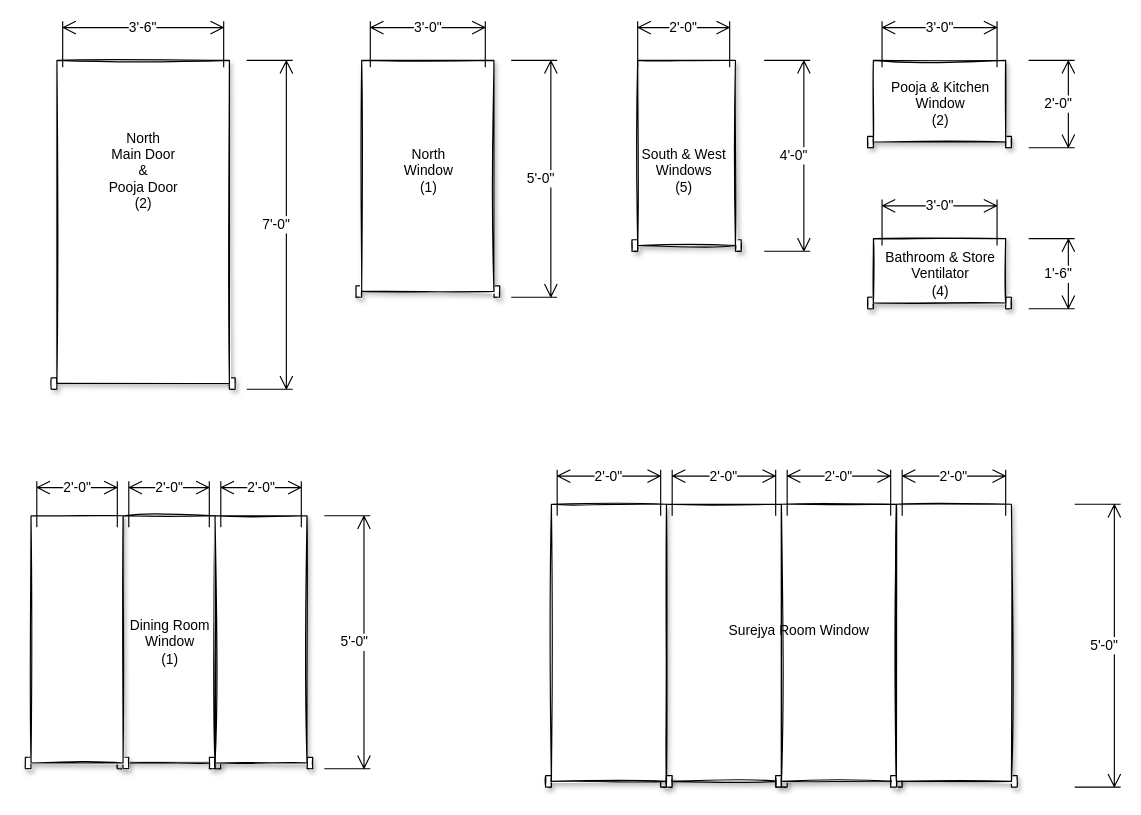
This is page "GF Windows" (2 of 2) of Doors_Windows.drawio from gudiseva/arvind, a draw.io file, before an edit. Source tidied: cells renumbered, new cells numbered last; positions are measured from the earlier drawing's top-left corner, leaving out a move shared by most shapes. Both pictures are drawn from the tidied source at 115%, with x=0, y=0 at pixel (25, 21).
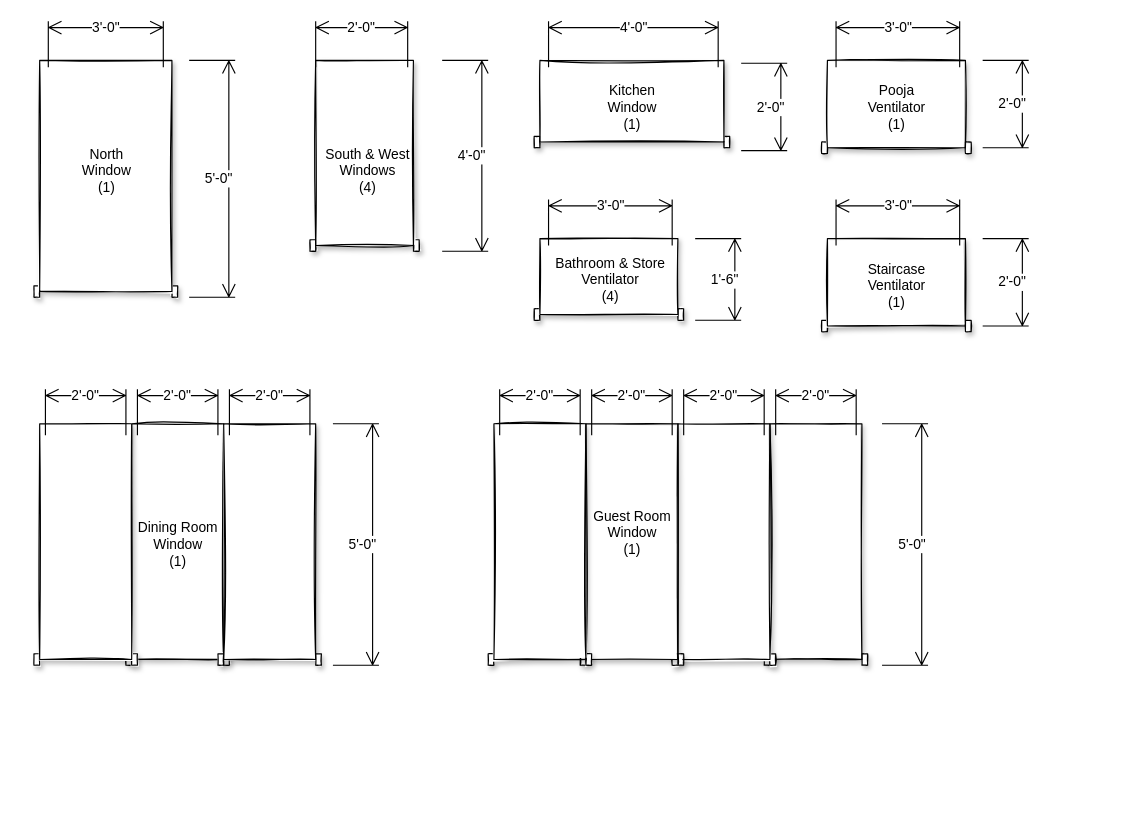
The same diagram, later.

Change to the diagram source:
```diff
@@
+    <mxCell id="40" style="verticalLabelPosition=bottom;html=1;verticalAlign=top;align=center;shape=mxgraph.floorplan.doorOverhead;shadow=1;sketch=1;gradientColor=none;" parent="1" vertex="1">
+      <mxGeometry x="642" y="350" width="90" height="210" as="geometry" />
+    </mxCell>
+    <mxCell id="41" style="verticalLabelPosition=bottom;html=1;verticalAlign=top;align=center;shape=mxgraph.floorplan.doorOverhead;shadow=1;sketch=1;gradientColor=none;" parent="1" vertex="1">
+      <mxGeometry x="562" y="350" width="90" height="210" as="geometry" />
+    </mxCell>
+    <mxCell id="42" style="verticalLabelPosition=bottom;html=1;verticalAlign=top;align=center;shape=mxgraph.floorplan.doorOverhead;shadow=1;sketch=1;gradientColor=none;" parent="1" vertex="1">
+      <mxGeometry x="482" y="350" width="90" height="210" as="geometry" />
+    </mxCell>
+    <mxCell id="43" style="verticalLabelPosition=bottom;html=1;verticalAlign=top;align=center;shape=mxgraph.floorplan.doorOverhead;shadow=1;sketch=1;gradientColor=none;" parent="1" vertex="1">
+      <mxGeometry x="402" y="350" width="90" height="210" as="geometry" />
+    </mxCell>
     <mxCell id="2" style="verticalLabelPosition=bottom;html=1;verticalAlign=top;align=center;shape=mxgraph.floorplan.doorOverhead;shadow=1;sketch=1;gradientColor=none;" parent="1" vertex="1">
-      <mxGeometry x="79.5" y="430" width="90" height="220" as="geometry" />
+      <mxGeometry x="87" y="350" width="90" height="210" as="geometry" />
     </mxCell>
     <mxCell id="3" style="verticalLabelPosition=bottom;html=1;verticalAlign=top;align=center;shape=mxgraph.floorplan.doorOverhead;shadow=1;sketch=1;gradientColor=none;" parent="1" vertex="1">
-      <mxGeometry x="159.5" y="430" width="90" height="220" as="geometry" />
+      <mxGeometry x="167" y="350" width="90" height="210" as="geometry" />
     </mxCell>
-    <mxCell id="4" style="verticalLabelPosition=bottom;html=1;verticalAlign=top;align=center;shape=mxgraph.floorplan.doorOverhead;gradientColor=none;shadow=1;sketch=1;" parent="1" vertex="1">
-      <mxGeometry x="22" y="34" width="160" height="286" as="geometry" />
-    </mxCell>
-    <mxCell id="5" value="3'-6&quot;" style="shape=dimension;direction=west;whiteSpace=wrap;html=1;align=center;verticalAlign=top;spacingTop=-8;labelBackgroundColor=#ffffff;" parent="1" vertex="1">
-      <mxGeometry x="32" width="140" height="40" as="geometry" />
-    </mxCell>
-    <mxCell id="6" value="7'-0&quot;" style="shape=dimension;direction=north;whiteSpace=wrap;html=1;align=right;verticalAlign=middle;labelBackgroundColor=#ffffff;shadow=0;sketch=0;gradientColor=none;" parent="1" vertex="1">
-      <mxGeometry x="192" y="34" width="40" height="286" as="geometry" />
-    </mxCell>
-    <mxCell id="7" value="North&lt;br&gt;Main Door&lt;br&gt;&amp;amp;&lt;br&gt;Pooja Door&lt;br&gt;(2)" style="text;html=1;align=center;verticalAlign=middle;fillColor=none;strokeColor=none;rounded=0;shadow=1;sketch=1;" parent="1" vertex="1">
-      <mxGeometry x="62" y="90" width="80" height="80" as="geometry" />
-    </mxCell>
     <mxCell id="8" style="verticalLabelPosition=bottom;html=1;verticalAlign=top;align=center;shape=mxgraph.floorplan.doorOverhead;shadow=1;sketch=1;gradientColor=none;" parent="1" vertex="1">
-      <mxGeometry x="287" y="34" width="125" height="206" as="geometry" />
+      <mxGeometry x="7" y="34" width="125" height="206" as="geometry" />
     </mxCell>
     <mxCell id="9" value="3'-0&quot;" style="shape=dimension;direction=west;whiteSpace=wrap;html=1;align=center;verticalAlign=top;spacingTop=-8;labelBackgroundColor=#ffffff;" parent="1" vertex="1">
-      <mxGeometry x="299.5" width="100" height="40" as="geometry" />
+      <mxGeometry x="19.5" width="100" height="40" as="geometry" />
     </mxCell>
     <mxCell id="10" value="5'-0&quot;" style="shape=dimension;direction=north;whiteSpace=wrap;html=1;align=right;verticalAlign=middle;labelBackgroundColor=#ffffff;shadow=0;sketch=0;gradientColor=none;" parent="1" vertex="1">
-      <mxGeometry x="422" y="34" width="40" height="206" as="geometry" />
+      <mxGeometry x="142" y="34" width="40" height="206" as="geometry" />
     </mxCell>
     <mxCell id="11" value="North&lt;br&gt;Window&lt;br&gt;(1)" style="text;html=1;align=center;verticalAlign=middle;fillColor=none;strokeColor=none;rounded=0;shadow=1;sketch=1;" parent="1" vertex="1">
-      <mxGeometry x="319.5" y="105" width="60" height="50" as="geometry" />
+      <mxGeometry x="39.5" y="105" width="60" height="50" as="geometry" />
     </mxCell>
-    <mxCell id="12" style="verticalLabelPosition=bottom;html=1;verticalAlign=top;align=center;shape=mxgraph.floorplan.doorOverhead;shadow=1;sketch=1;gradientColor=none;" parent="1" vertex="1">
-      <mxGeometry x="552" y="420" width="110" height="246" as="geometry" />
-    </mxCell>
-    <mxCell id="13" style="verticalLabelPosition=bottom;html=1;verticalAlign=top;align=center;shape=mxgraph.floorplan.doorOverhead;shadow=1;sketch=1;gradientColor=none;" parent="1" vertex="1">
-      <mxGeometry x="652" y="420" width="110" height="246" as="geometry" />
-    </mxCell>
-    <mxCell id="14" style="verticalLabelPosition=bottom;html=1;verticalAlign=top;align=center;shape=mxgraph.floorplan.doorOverhead;shadow=1;sketch=1;gradientColor=none;" parent="1" vertex="1">
-      <mxGeometry x="752" y="420" width="110" height="246" as="geometry" />
-    </mxCell>
-    <mxCell id="15" style="verticalLabelPosition=bottom;html=1;verticalAlign=top;align=center;shape=mxgraph.floorplan.doorOverhead;shadow=1;sketch=1;gradientColor=none;" parent="1" vertex="1">
-      <mxGeometry x="452" y="420" width="110" height="246" as="geometry" />
-    </mxCell>
     <mxCell id="16" value="5'-0&quot;" style="shape=dimension;direction=north;whiteSpace=wrap;html=1;align=right;verticalAlign=middle;labelBackgroundColor=#ffffff;shadow=0;sketch=0;gradientColor=none;" parent="1" vertex="1">
-      <mxGeometry x="912" y="420" width="40" height="246" as="geometry" />
+      <mxGeometry x="744.5" y="350" width="40" height="210" as="geometry" />
     </mxCell>
-    <mxCell id="17" value="2'-0&quot;" style="shape=dimension;direction=west;whiteSpace=wrap;html=1;align=center;verticalAlign=top;spacingTop=-8;labelBackgroundColor=#ffffff;" parent="1" vertex="1">
-      <mxGeometry x="462" y="390" width="90" height="40" as="geometry" />
-    </mxCell>
-    <mxCell id="18" value="2'-0&quot;" style="shape=dimension;direction=west;whiteSpace=wrap;html=1;align=center;verticalAlign=top;spacingTop=-8;labelBackgroundColor=#ffffff;" parent="1" vertex="1">
-      <mxGeometry x="562" y="390" width="90" height="40" as="geometry" />
-    </mxCell>
-    <mxCell id="19" value="2'-0&quot;" style="shape=dimension;direction=west;whiteSpace=wrap;html=1;align=center;verticalAlign=top;spacingTop=-8;labelBackgroundColor=#ffffff;" parent="1" vertex="1">
-      <mxGeometry x="662" y="390" width="90" height="40" as="geometry" />
-    </mxCell>
-    <mxCell id="20" value="2'-0&quot;" style="shape=dimension;direction=west;whiteSpace=wrap;html=1;align=center;verticalAlign=top;spacingTop=-8;labelBackgroundColor=#ffffff;" parent="1" vertex="1">
-      <mxGeometry x="762" y="390" width="90" height="40" as="geometry" />
-    </mxCell>
-    <mxCell id="21" value="Surejya Room Window" style="text;html=1;align=center;verticalAlign=middle;fillColor=none;strokeColor=none;rounded=0;shadow=0;sketch=0;" parent="1" vertex="1">
-      <mxGeometry x="602" y="520" width="140" height="20" as="geometry" />
+    <mxCell id="21" value="Guest Room&lt;br&gt;Window&lt;br&gt;(1)" style="text;html=1;align=center;verticalAlign=middle;fillColor=none;strokeColor=none;rounded=0;shadow=0;sketch=0;" parent="1" vertex="1">
+      <mxGeometry x="487" y="420" width="80" height="50" as="geometry" />
     </mxCell>
     <mxCell id="22" style="verticalLabelPosition=bottom;html=1;verticalAlign=top;align=center;shape=mxgraph.floorplan.doorOverhead;shadow=1;sketch=1;gradientColor=none;" parent="1" vertex="1">
-      <mxGeometry x="527" y="34" width="95" height="166" as="geometry" />
+      <mxGeometry x="247" y="34" width="95" height="166" as="geometry" />
     </mxCell>
     <mxCell id="23" value="2'-0&quot;" style="shape=dimension;direction=west;whiteSpace=wrap;html=1;align=center;verticalAlign=top;spacingTop=-8;labelBackgroundColor=#ffffff;" parent="1" vertex="1">
-      <mxGeometry x="532" width="80" height="40" as="geometry" />
+      <mxGeometry x="252" width="80" height="40" as="geometry" />
     </mxCell>
     <mxCell id="24" value="4'-0&quot;" style="shape=dimension;direction=north;whiteSpace=wrap;html=1;align=right;verticalAlign=middle;labelBackgroundColor=#ffffff;shadow=0;sketch=0;gradientColor=none;" parent="1" vertex="1">
-      <mxGeometry x="642" y="34" width="40" height="166" as="geometry" />
+      <mxGeometry x="362" y="34" width="40" height="166" as="geometry" />
     </mxCell>
-    <mxCell id="25" value="South &amp;amp; West&lt;br&gt;Windows&lt;br&gt;(5)" style="text;html=1;align=center;verticalAlign=middle;fillColor=none;strokeColor=none;rounded=0;shadow=0;sketch=0;" parent="1" vertex="1">
-      <mxGeometry x="527" y="105" width="90" height="50" as="geometry" />
+    <mxCell id="25" value="South &amp;amp; West&lt;br&gt;Windows&lt;br&gt;(4)" style="text;html=1;align=center;verticalAlign=middle;fillColor=none;strokeColor=none;rounded=0;shadow=0;sketch=0;" parent="1" vertex="1">
+      <mxGeometry x="252" y="105" width="90" height="50" as="geometry" />
     </mxCell>
     <mxCell id="26" style="verticalLabelPosition=bottom;html=1;verticalAlign=top;align=center;shape=mxgraph.floorplan.doorOverhead;shadow=1;sketch=1;gradientColor=none;" parent="1" vertex="1">
-      <mxGeometry x="-0.5" y="430" width="90" height="220" as="geometry" />
+      <mxGeometry x="7" y="350" width="90" height="210" as="geometry" />
     </mxCell>
     <mxCell id="27" value="5'-0&quot;" style="shape=dimension;direction=north;whiteSpace=wrap;html=1;align=right;verticalAlign=middle;labelBackgroundColor=#ffffff;shadow=0;sketch=0;gradientColor=none;" parent="1" vertex="1">
-      <mxGeometry x="259.5" y="430" width="40" height="220" as="geometry" />
+      <mxGeometry x="267" y="350" width="40" height="210" as="geometry" />
     </mxCell>
     <mxCell id="28" value="2'-0&quot;" style="shape=dimension;direction=west;whiteSpace=wrap;html=1;align=center;verticalAlign=top;spacingTop=-8;labelBackgroundColor=#ffffff;" parent="1" vertex="1">
-      <mxGeometry x="9.5" y="400" width="70" height="40" as="geometry" />
+      <mxGeometry x="17" y="320" width="70" height="40" as="geometry" />
     </mxCell>
     <mxCell id="29" value="2'-0&quot;" style="shape=dimension;direction=west;whiteSpace=wrap;html=1;align=center;verticalAlign=top;spacingTop=-8;labelBackgroundColor=#ffffff;" parent="1" vertex="1">
-      <mxGeometry x="89.5" y="400" width="70" height="40" as="geometry" />
+      <mxGeometry x="97" y="320" width="70" height="40" as="geometry" />
     </mxCell>
     <mxCell id="30" value="2'-0&quot;" style="shape=dimension;direction=west;whiteSpace=wrap;html=1;align=center;verticalAlign=top;spacingTop=-8;labelBackgroundColor=#ffffff;" parent="1" vertex="1">
-      <mxGeometry x="169.5" y="400" width="70" height="40" as="geometry" />
+      <mxGeometry x="177" y="320" width="70" height="40" as="geometry" />
     </mxCell>
     <mxCell id="31" style="verticalLabelPosition=bottom;html=1;verticalAlign=top;align=center;shape=mxgraph.floorplan.doorOverhead;shadow=1;sketch=1;gradientColor=none;" parent="1" vertex="1">
-      <mxGeometry x="732" y="34" width="125" height="76" as="geometry" />
+      <mxGeometry x="442" y="34" width="170" height="76" as="geometry" />
     </mxCell>
-    <mxCell id="32" value="3'-0&quot;" style="shape=dimension;direction=west;whiteSpace=wrap;html=1;align=center;verticalAlign=top;spacingTop=-8;labelBackgroundColor=#ffffff;" parent="1" vertex="1">
-      <mxGeometry x="744.5" width="100" height="40" as="geometry" />
+    <mxCell id="32" value="4'-0&quot;" style="shape=dimension;direction=west;whiteSpace=wrap;html=1;align=center;verticalAlign=top;spacingTop=-8;labelBackgroundColor=#ffffff;" parent="1" vertex="1">
+      <mxGeometry x="454.5" width="147.5" height="40" as="geometry" />
     </mxCell>
     <mxCell id="33" value="2'-0&quot;" style="shape=dimension;direction=north;whiteSpace=wrap;html=1;align=right;verticalAlign=middle;labelBackgroundColor=#ffffff;shadow=0;sketch=0;gradientColor=none;" parent="1" vertex="1">
-      <mxGeometry x="872" y="34" width="40" height="76" as="geometry" />
+      <mxGeometry x="622" y="36.5" width="40" height="76" as="geometry" />
     </mxCell>
-    <mxCell id="34" value="Pooja &amp;amp; Kitchen&lt;br&gt;Window&lt;br&gt;(2)" style="text;html=1;align=center;verticalAlign=middle;fillColor=none;strokeColor=none;rounded=0;shadow=0;sketch=0;" parent="1" vertex="1">
-      <mxGeometry x="744.5" y="47" width="100" height="50" as="geometry" />
+    <mxCell id="34" value="Kitchen&lt;br&gt;Window&lt;br&gt;(1)" style="text;html=1;align=center;verticalAlign=middle;fillColor=none;strokeColor=none;rounded=0;shadow=0;sketch=0;" parent="1" vertex="1">
+      <mxGeometry x="497" y="49.5" width="60" height="50" as="geometry" />
     </mxCell>
     <mxCell id="35" style="verticalLabelPosition=bottom;html=1;verticalAlign=top;align=center;shape=mxgraph.floorplan.doorOverhead;shadow=1;sketch=1;gradientColor=none;" parent="1" vertex="1">
-      <mxGeometry x="732" y="189" width="125" height="61" as="geometry" />
+      <mxGeometry x="442" y="189" width="130" height="71" as="geometry" />
     </mxCell>
     <mxCell id="36" value="3'-0&quot;" style="shape=dimension;direction=west;whiteSpace=wrap;html=1;align=center;verticalAlign=top;spacingTop=-8;labelBackgroundColor=#ffffff;" parent="1" vertex="1">
-      <mxGeometry x="744.5" y="155" width="100" height="40" as="geometry" />
+      <mxGeometry x="454.5" y="155" width="107.5" height="40" as="geometry" />
     </mxCell>
     <mxCell id="37" value="1'-6&quot;" style="shape=dimension;direction=north;whiteSpace=wrap;html=1;align=right;verticalAlign=middle;labelBackgroundColor=#ffffff;shadow=0;sketch=0;gradientColor=none;" parent="1" vertex="1">
-      <mxGeometry x="872" y="189" width="40" height="61" as="geometry" />
+      <mxGeometry x="582" y="189" width="40" height="71" as="geometry" />
     </mxCell>
     <mxCell id="38" value="Bathroom &amp;amp; Store&lt;br&gt;Ventilator&lt;br&gt;(4)" style="text;html=1;align=center;verticalAlign=middle;fillColor=none;strokeColor=none;rounded=0;shadow=0;sketch=0;" parent="1" vertex="1">
-      <mxGeometry x="739.5" y="195" width="110" height="50" as="geometry" />
+      <mxGeometry x="453.2" y="200" width="110" height="50" as="geometry" />
     </mxCell>
     <mxCell id="39" value="Dining Room&lt;br&gt;Window&lt;br&gt;(1)" style="text;html=1;align=center;verticalAlign=middle;fillColor=none;strokeColor=none;rounded=0;shadow=0;sketch=0;" parent="1" vertex="1">
-      <mxGeometry x="84.5" y="515" width="80" height="50" as="geometry" />
+      <mxGeometry x="92" y="430" width="80" height="50" as="geometry" />
     </mxCell>
+    <mxCell id="44" style="verticalLabelPosition=bottom;html=1;verticalAlign=top;align=center;shape=mxgraph.floorplan.doorOverhead;shadow=1;sketch=1;gradientColor=none;" parent="1" vertex="1">
+      <mxGeometry x="692" y="34" width="130" height="81" as="geometry" />
+    </mxCell>
+    <mxCell id="45" value="3'-0&quot;" style="shape=dimension;direction=west;whiteSpace=wrap;html=1;align=center;verticalAlign=top;spacingTop=-8;labelBackgroundColor=#ffffff;" parent="1" vertex="1">
+      <mxGeometry x="704.5" width="107.5" height="40" as="geometry" />
+    </mxCell>
+    <mxCell id="46" value="2'-0&quot;" style="shape=dimension;direction=north;whiteSpace=wrap;html=1;align=right;verticalAlign=middle;labelBackgroundColor=#ffffff;shadow=0;sketch=0;gradientColor=none;" parent="1" vertex="1">
+      <mxGeometry x="832" y="34" width="40" height="76" as="geometry" />
+    </mxCell>
+    <mxCell id="47" value="Pooja&lt;br&gt;Ventilator&lt;br&gt;(1)" style="text;html=1;align=center;verticalAlign=middle;fillColor=none;strokeColor=none;rounded=0;shadow=0;sketch=0;" parent="1" vertex="1">
+      <mxGeometry x="722" y="49.5" width="70" height="50" as="geometry" />
+    </mxCell>
+    <mxCell id="48" value="2'-0&quot;" style="shape=dimension;direction=west;whiteSpace=wrap;html=1;align=center;verticalAlign=top;spacingTop=-8;labelBackgroundColor=#ffffff;" parent="1" vertex="1">
+      <mxGeometry x="412" y="320" width="70" height="40" as="geometry" />
+    </mxCell>
+    <mxCell id="49" value="2'-0&quot;" style="shape=dimension;direction=west;whiteSpace=wrap;html=1;align=center;verticalAlign=top;spacingTop=-8;labelBackgroundColor=#ffffff;" parent="1" vertex="1">
+      <mxGeometry x="492" y="320" width="70" height="40" as="geometry" />
+    </mxCell>
+    <mxCell id="50" value="2'-0&quot;" style="shape=dimension;direction=west;whiteSpace=wrap;html=1;align=center;verticalAlign=top;spacingTop=-8;labelBackgroundColor=#ffffff;" parent="1" vertex="1">
+      <mxGeometry x="572" y="320" width="70" height="40" as="geometry" />
+    </mxCell>
+    <mxCell id="51" value="2'-0&quot;" style="shape=dimension;direction=west;whiteSpace=wrap;html=1;align=center;verticalAlign=top;spacingTop=-8;labelBackgroundColor=#ffffff;" parent="1" vertex="1">
+      <mxGeometry x="652" y="320" width="70" height="40" as="geometry" />
+    </mxCell>
+    <mxCell id="52" style="verticalLabelPosition=bottom;html=1;verticalAlign=top;align=center;shape=mxgraph.floorplan.doorOverhead;shadow=1;sketch=1;gradientColor=none;" parent="1" vertex="1">
+      <mxGeometry x="692" y="189" width="130" height="81" as="geometry" />
+    </mxCell>
+    <mxCell id="53" value="3'-0&quot;" style="shape=dimension;direction=west;whiteSpace=wrap;html=1;align=center;verticalAlign=top;spacingTop=-8;labelBackgroundColor=#ffffff;" parent="1" vertex="1">
+      <mxGeometry x="704.5" y="155" width="107.5" height="40" as="geometry" />
+    </mxCell>
+    <mxCell id="54" value="2'-0&quot;" style="shape=dimension;direction=north;whiteSpace=wrap;html=1;align=right;verticalAlign=middle;labelBackgroundColor=#ffffff;shadow=0;sketch=0;gradientColor=none;" parent="1" vertex="1">
+      <mxGeometry x="832" y="189" width="40" height="76" as="geometry" />
+    </mxCell>
+    <mxCell id="55" value="Staircase&lt;br&gt;Ventilator&lt;br&gt;(1)" style="text;html=1;align=center;verticalAlign=middle;fillColor=none;strokeColor=none;rounded=0;shadow=0;sketch=0;" parent="1" vertex="1">
+      <mxGeometry x="722" y="204.5" width="70" height="50" as="geometry" />
+    </mxCell>
```
